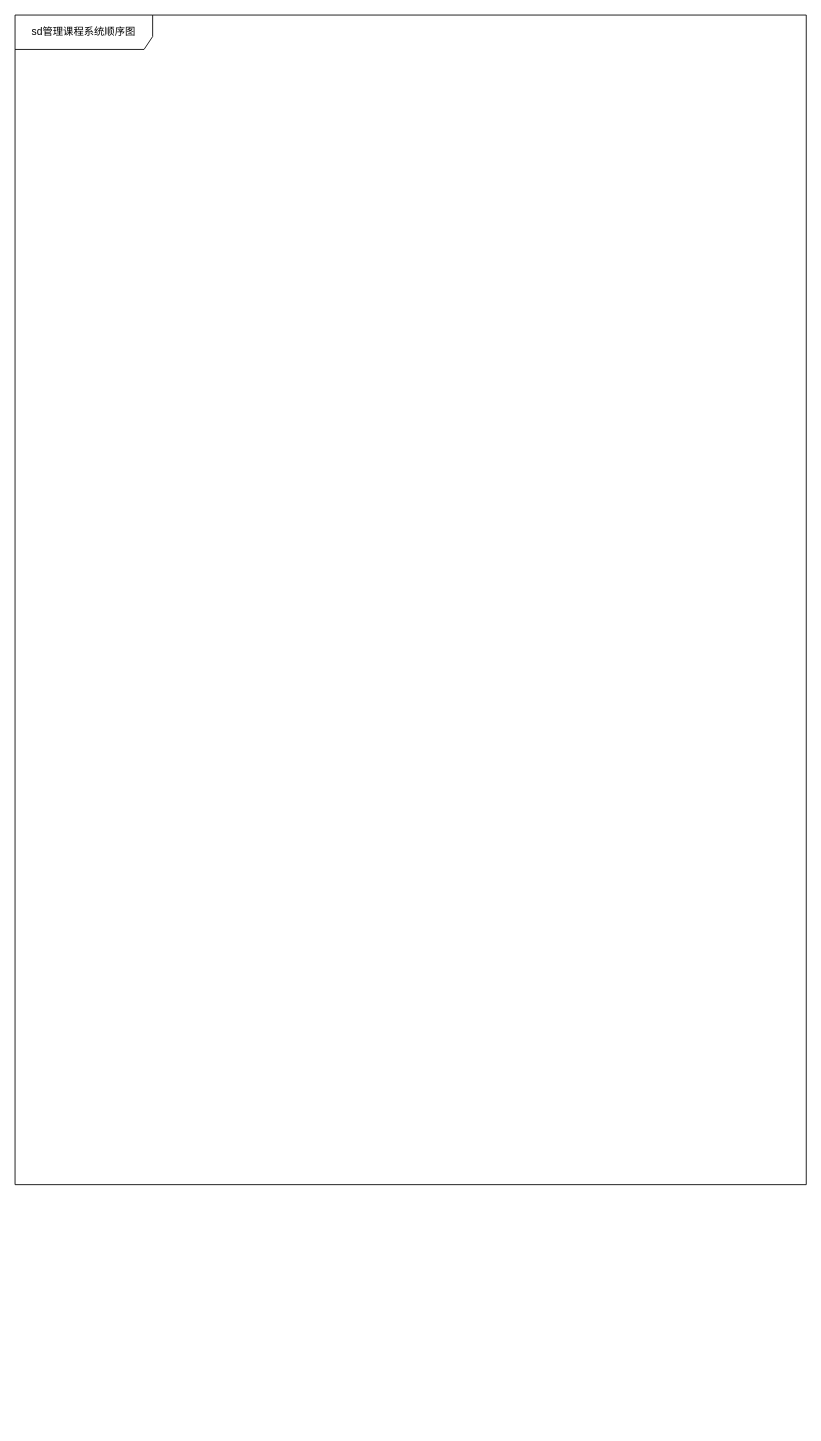
hu19891213/image keeps this draw.io diagram as 系统顺序图.drawio. Above is the earlier version. Source tidied: cells renumbered, new cells numbered last; positions are measured from the earlier drawing's top-left corner, leaving out a move shared by most shapes. Both pictures are drawn from the tidied source at 86%, with x=0, y=0 at pixel (15, 15).
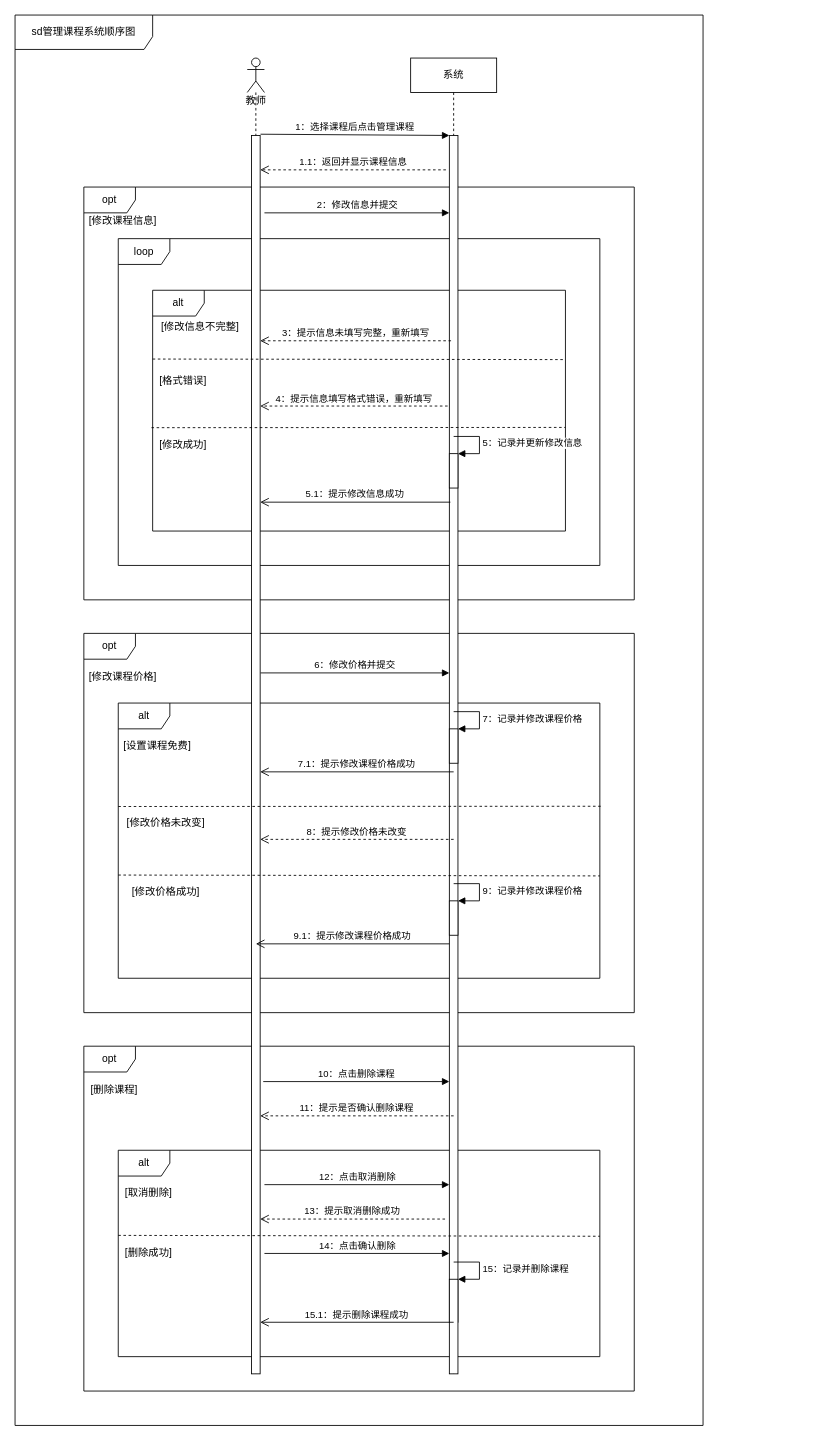
The same diagram, later.

Commit message (it also covers changes not shown here):
更新系统顺序图.drawio

Change to the diagram source:
```diff
@@
     <mxCell id="2" value="sd管理课程系统顺序图" style="shape=umlFrame;whiteSpace=wrap;html=1;width=160;height=40;align=center;" parent="1" vertex="1">
-      <mxGeometry width="920" height="1360" as="geometry" />
+      <mxGeometry width="800" height="1640" as="geometry" />
     </mxCell>
+    <mxCell id="3" value="opt" style="shape=umlFrame;whiteSpace=wrap;html=1;" parent="1" vertex="1">
+      <mxGeometry x="80" y="1199" width="640" height="401" as="geometry" />
+    </mxCell>
+    <mxCell id="4" value="alt" style="shape=umlFrame;whiteSpace=wrap;html=1;" parent="1" vertex="1">
+      <mxGeometry x="120" y="1320" width="560" height="240" as="geometry" />
+    </mxCell>
+    <mxCell id="5" value="opt" style="shape=umlFrame;whiteSpace=wrap;html=1;" parent="1" vertex="1">
+      <mxGeometry x="80" y="719" width="640" height="441" as="geometry" />
+    </mxCell>
+    <mxCell id="6" value="alt" style="shape=umlFrame;whiteSpace=wrap;html=1;" parent="1" vertex="1">
+      <mxGeometry x="120" y="800" width="560" height="320" as="geometry" />
+    </mxCell>
+    <mxCell id="7" value="opt" style="shape=umlFrame;whiteSpace=wrap;html=1;" parent="1" vertex="1">
+      <mxGeometry x="80" y="200" width="640" height="480" as="geometry" />
+    </mxCell>
+    <mxCell id="8" value="loop" style="shape=umlFrame;whiteSpace=wrap;html=1;" parent="1" vertex="1">
+      <mxGeometry x="120" y="260" width="560" height="380" as="geometry" />
+    </mxCell>
+    <mxCell id="9" value="alt" style="shape=umlFrame;whiteSpace=wrap;html=1;" parent="1" vertex="1">
+      <mxGeometry x="160" y="320" width="480" height="280" as="geometry" />
+    </mxCell>
+    <mxCell id="10" style="shape=umlLifeline;participant=umlActor;perimeter=lifelinePerimeter;whiteSpace=wrap;html=1;verticalAlign=top;spacingTop=36;align=center;" parent="1" vertex="1">
+      <mxGeometry x="270" y="50" width="20" height="1530" as="geometry" />
+    </mxCell>
+    <mxCell id="11" value="教师" style="text;html=1;align=center;verticalAlign=middle;fillColor=none;strokeColor=none;rounded=0;" parent="10" vertex="1">
+      <mxGeometry x="-10" y="40" width="40" height="20" as="geometry" />
+    </mxCell>
+    <mxCell id="12" style="html=1;points=[];perimeter=orthogonalPerimeter;" parent="10" vertex="1">
+      <mxGeometry x="5" y="90" width="10" height="1440" as="geometry" />
+    </mxCell>
+    <mxCell id="13" value="系统" style="shape=umlLifeline;perimeter=lifelinePerimeter;whiteSpace=wrap;html=1;" parent="1" vertex="1">
+      <mxGeometry x="460" y="50" width="100" height="1530" as="geometry" />
+    </mxCell>
+    <mxCell id="14" style="html=1;points=[];perimeter=orthogonalPerimeter;" parent="13" vertex="1">
+      <mxGeometry x="45" y="90" width="10" height="1380" as="geometry" />
+    </mxCell>
+    <mxCell id="15" style="html=1;points=[];perimeter=orthogonalPerimeter;" parent="13" vertex="1">
+      <mxGeometry x="45" y="460" width="10" height="40" as="geometry" />
+    </mxCell>
+    <mxCell id="16" value="5：记录并更新修改信息" style="edgeStyle=orthogonalEdgeStyle;html=1;align=left;spacingLeft=2;endArrow=block;rounded=0;entryX=1;entryY=0;" parent="13" edge="1" target="15">
+      <mxGeometry relative="1" as="geometry">
+        <mxPoint x="50" y="440" as="sourcePoint" />
+        <Array as="points">
+          <mxPoint x="80" y="440" />
+        </Array>
+      </mxGeometry>
+    </mxCell>
+    <mxCell id="17" style="html=1;points=[];perimeter=orthogonalPerimeter;" parent="13" vertex="1">
+      <mxGeometry x="45" y="780" width="10" height="40" as="geometry" />
+    </mxCell>
+    <mxCell id="18" value="7：记录并修改课程价格" style="edgeStyle=orthogonalEdgeStyle;html=1;align=left;spacingLeft=2;endArrow=block;rounded=0;entryX=1;entryY=0;" parent="13" edge="1" target="17">
+      <mxGeometry relative="1" as="geometry">
+        <mxPoint x="50" y="760" as="sourcePoint" />
+        <Array as="points">
+          <mxPoint x="80" y="760" />
+        </Array>
+      </mxGeometry>
+    </mxCell>
+    <mxCell id="19" style="html=1;points=[];perimeter=orthogonalPerimeter;" parent="13" vertex="1">
+      <mxGeometry x="45" y="980" width="10" height="40" as="geometry" />
+    </mxCell>
+    <mxCell id="20" value="9：记录并修改课程价格" style="edgeStyle=orthogonalEdgeStyle;html=1;align=left;spacingLeft=2;endArrow=block;rounded=0;entryX=1;entryY=0;" parent="13" edge="1" target="19">
+      <mxGeometry relative="1" as="geometry">
+        <mxPoint x="50" y="960" as="sourcePoint" />
+        <Array as="points">
+          <mxPoint x="80" y="960" />
+        </Array>
+      </mxGeometry>
+    </mxCell>
+    <mxCell id="21" style="html=1;points=[];perimeter=orthogonalPerimeter;" parent="13" vertex="1">
+      <mxGeometry x="45" y="1420" width="10" height="110" as="geometry" />
+    </mxCell>
+    <mxCell id="22" value="15：记录并删除课程" style="edgeStyle=orthogonalEdgeStyle;html=1;align=left;spacingLeft=2;endArrow=block;rounded=0;entryX=1;entryY=0;" parent="13" edge="1" target="21">
+      <mxGeometry relative="1" as="geometry">
+        <mxPoint x="50" y="1400" as="sourcePoint" />
+        <Array as="points">
+          <mxPoint x="80" y="1400" />
+        </Array>
+      </mxGeometry>
+    </mxCell>
+    <mxCell id="23" value="1：选择课程后点击管理课程" style="html=1;verticalAlign=bottom;endArrow=block;exitX=1.04;exitY=-0.001;exitDx=0;exitDy=0;exitPerimeter=0;" parent="1" edge="1" source="12" target="14">
+      <mxGeometry relative="1" as="geometry" />
+    </mxCell>
+    <mxCell id="24" value="1.1：返回并显示课程信息" style="html=1;verticalAlign=bottom;endArrow=open;dashed=1;endSize=8;" parent="1" edge="1" target="12">
+      <mxGeometry relative="1" as="geometry">
+        <mxPoint x="501" y="180" as="sourcePoint" />
+      </mxGeometry>
+    </mxCell>
+    <mxCell id="25" value="2：修改信息并提交" style="html=1;verticalAlign=bottom;endArrow=block;" parent="1" edge="1" target="14">
+      <mxGeometry relative="1" as="geometry">
+        <mxPoint x="290" y="230" as="sourcePoint" />
+      </mxGeometry>
+    </mxCell>
+    <mxCell id="26" value="[修改课程信息]" style="text;html=1;align=center;verticalAlign=middle;fillColor=none;strokeColor=none;rounded=0;" parent="1" vertex="1">
+      <mxGeometry x="80" y="230" width="90" height="20" as="geometry" />
+    </mxCell>
+    <mxCell id="27" value="[修改信息不完整]" style="text;html=1;align=center;verticalAlign=middle;fillColor=none;strokeColor=none;rounded=0;" parent="1" vertex="1">
+      <mxGeometry x="160" y="353" width="110" height="20" as="geometry" />
+    </mxCell>
+    <mxCell id="28" value="3：提示信息未填写完整，重新填写" style="html=1;verticalAlign=bottom;endArrow=open;dashed=1;endSize=8;exitX=0.2;exitY=0.173;exitDx=0;exitDy=0;exitPerimeter=0;" parent="1" edge="1" source="14" target="12">
+      <mxGeometry relative="1" as="geometry" />
+    </mxCell>
+    <mxCell id="29" style="endArrow=none;dashed=1;endFill=0;endSize=12;html=1;entryX=1;entryY=0.288;entryDx=0;entryDy=0;entryPerimeter=0;" parent="1" edge="1" target="9">
+      <mxGeometry relative="1" as="geometry">
+        <mxPoint x="160" y="400" as="sourcePoint" />
+      </mxGeometry>
+    </mxCell>
+    <mxCell id="30" value="[格式错误]" style="text;html=1;align=center;verticalAlign=middle;fillColor=none;strokeColor=none;rounded=0;" parent="1" vertex="1">
+      <mxGeometry x="160" y="415" width="70" height="20" as="geometry" />
+    </mxCell>
+    <mxCell id="31" value="4：提示信息填写格式错误，重新填写" style="html=1;verticalAlign=bottom;endArrow=open;dashed=1;endSize=8;exitX=-0.2;exitY=0.228;exitDx=0;exitDy=0;exitPerimeter=0;" parent="1" edge="1" source="14" target="12">
+      <mxGeometry relative="1" as="geometry" />
+    </mxCell>
+    <mxCell id="32" style="endArrow=none;dashed=1;endFill=0;endSize=12;html=1;entryX=1.003;entryY=0.249;entryDx=0;entryDy=0;entryPerimeter=0;" parent="1" edge="1">
+      <mxGeometry relative="1" as="geometry">
+        <mxPoint x="158.6" y="479.8" as="sourcePoint" />
+        <mxPoint x="640" y="479.5" as="targetPoint" />
+      </mxGeometry>
+    </mxCell>
+    <mxCell id="33" value="[修改成功]" style="text;html=1;align=center;verticalAlign=middle;fillColor=none;strokeColor=none;rounded=0;" parent="1" vertex="1">
+      <mxGeometry x="160" y="490" width="70" height="20" as="geometry" />
+    </mxCell>
+    <mxCell id="34" value="5.1：提示修改信息成功" style="html=1;verticalAlign=bottom;endArrow=open;endSize=8;exitX=0.12;exitY=0.309;exitDx=0;exitDy=0;exitPerimeter=0;" parent="1" edge="1" source="14" target="12">
+      <mxGeometry relative="1" as="geometry" />
+    </mxCell>
+    <mxCell id="35" value="[修改课程价格]" style="text;html=1;align=center;verticalAlign=middle;fillColor=none;strokeColor=none;rounded=0;" parent="1" vertex="1">
+      <mxGeometry x="80" y="760" width="90" height="20" as="geometry" />
+    </mxCell>
+    <mxCell id="36" value="[设置课程免费]" style="text;html=1;align=center;verticalAlign=middle;fillColor=none;strokeColor=none;rounded=0;" parent="1" vertex="1">
+      <mxGeometry x="120" y="840" width="90" height="20" as="geometry" />
+    </mxCell>
+    <mxCell id="37" value="6：修改价格并提交" style="html=1;verticalAlign=bottom;endArrow=block;exitX=1.04;exitY=0.434;exitDx=0;exitDy=0;exitPerimeter=0;" parent="1" edge="1" source="12" target="14">
+      <mxGeometry relative="1" as="geometry" />
+    </mxCell>
+    <mxCell id="38" value="7.1：提示修改课程价格成功" style="html=1;verticalAlign=bottom;endArrow=open;endSize=8;" parent="1" edge="1" target="12">
+      <mxGeometry relative="1" as="geometry">
+        <mxPoint x="510" y="880" as="sourcePoint" />
+      </mxGeometry>
+    </mxCell>
+    <mxCell id="39" style="endArrow=none;dashed=1;endFill=0;endSize=12;html=1;" parent="1" edge="1">
+      <mxGeometry relative="1" as="geometry">
+        <mxPoint x="120" y="920.3" as="sourcePoint" />
+        <mxPoint x="681" y="920" as="targetPoint" />
+      </mxGeometry>
+    </mxCell>
+    <mxCell id="40" value="[修改价格未改变]" style="text;html=1;align=center;verticalAlign=middle;fillColor=none;strokeColor=none;rounded=0;" parent="1" vertex="1">
+      <mxGeometry x="120" y="930" width="110" height="20" as="geometry" />
+    </mxCell>
+    <mxCell id="41" value="8：提示修改价格未改变" style="html=1;verticalAlign=bottom;endArrow=open;dashed=1;endSize=8;" parent="1" edge="1" target="12">
+      <mxGeometry relative="1" as="geometry">
+        <mxPoint x="510" y="958.5" as="sourcePoint" />
+      </mxGeometry>
+    </mxCell>
+    <mxCell id="42" style="endArrow=none;dashed=1;endFill=0;endSize=12;html=1;entryX=1;entryY=0.337;entryDx=0;entryDy=0;entryPerimeter=0;" parent="1" edge="1">
+      <mxGeometry relative="1" as="geometry">
+        <mxPoint x="120" y="1000" as="sourcePoint" />
+        <mxPoint x="680" y="1001" as="targetPoint" />
+      </mxGeometry>
+    </mxCell>
+    <mxCell id="43" value="[修改价格成功]" style="text;html=1;align=center;verticalAlign=middle;fillColor=none;strokeColor=none;rounded=0;" parent="1" vertex="1">
+      <mxGeometry x="130" y="1010" width="90" height="20" as="geometry" />
+    </mxCell>
+    <mxCell id="44" value="9.1：提示修改课程价格成功" style="html=1;verticalAlign=bottom;endArrow=open;endSize=8;" parent="1" edge="1">
+      <mxGeometry relative="1" as="geometry">
+        <mxPoint x="505" y="1080" as="sourcePoint" />
+        <mxPoint x="280" y="1080" as="targetPoint" />
+      </mxGeometry>
+    </mxCell>
+    <mxCell id="45" value="[删除课程]" style="text;html=1;align=center;verticalAlign=middle;fillColor=none;strokeColor=none;rounded=0;" parent="1" vertex="1">
+      <mxGeometry x="80" y="1240" width="70" height="20" as="geometry" />
+    </mxCell>
+    <mxCell id="46" value="10：点击删除课程" style="html=1;verticalAlign=bottom;endArrow=block;exitX=1.36;exitY=0.764;exitDx=0;exitDy=0;exitPerimeter=0;" parent="1" edge="1" source="12" target="14">
+      <mxGeometry relative="1" as="geometry" />
+    </mxCell>
+    <mxCell id="47" value="11：提示是否确认删除课程" style="html=1;verticalAlign=bottom;endArrow=open;dashed=1;endSize=8;" parent="1" edge="1" target="12">
+      <mxGeometry relative="1" as="geometry">
+        <mxPoint x="510" y="1280" as="sourcePoint" />
+      </mxGeometry>
+    </mxCell>
+    <mxCell id="48" value="[取消删除]" style="text;html=1;align=center;verticalAlign=middle;fillColor=none;strokeColor=none;rounded=0;" parent="1" vertex="1">
+      <mxGeometry x="120" y="1360" width="70" height="20" as="geometry" />
+    </mxCell>
+    <mxCell id="49" value="12：点击取消删除" style="html=1;verticalAlign=bottom;endArrow=block;" parent="1" edge="1" target="14">
+      <mxGeometry relative="1" as="geometry">
+        <mxPoint x="290" y="1360" as="sourcePoint" />
+      </mxGeometry>
+    </mxCell>
+    <mxCell id="50" value="13：提示取消删除成功" style="html=1;verticalAlign=bottom;endArrow=open;dashed=1;endSize=8;" parent="1" edge="1" target="12">
+      <mxGeometry relative="1" as="geometry">
+        <mxPoint x="500" y="1400" as="sourcePoint" />
+      </mxGeometry>
+    </mxCell>
+    <mxCell id="51" style="endArrow=none;dashed=1;endFill=0;endSize=12;html=1;entryX=1;entryY=0.337;entryDx=0;entryDy=0;entryPerimeter=0;" parent="1" edge="1">
+      <mxGeometry relative="1" as="geometry">
+        <mxPoint x="120" y="1419" as="sourcePoint" />
+        <mxPoint x="680" y="1420" as="targetPoint" />
+      </mxGeometry>
+    </mxCell>
+    <mxCell id="52" value="14：点击确认删除" style="html=1;verticalAlign=bottom;endArrow=block;" parent="1" edge="1" target="14">
+      <mxGeometry relative="1" as="geometry">
+        <mxPoint x="290" y="1440" as="sourcePoint" />
+      </mxGeometry>
+    </mxCell>
+    <mxCell id="53" value="15.1：提示删除课程成功" style="html=1;verticalAlign=bottom;endArrow=open;endSize=8;" parent="1" edge="1" target="12">
+      <mxGeometry relative="1" as="geometry">
+        <mxPoint x="510" y="1520" as="sourcePoint" />
+      </mxGeometry>
+    </mxCell>
+    <mxCell id="54" value="[删除成功]" style="text;html=1;align=center;verticalAlign=middle;fillColor=none;strokeColor=none;rounded=0;" parent="1" vertex="1">
+      <mxGeometry x="120" y="1430" width="70" height="20" as="geometry" />
+    </mxCell>
```
